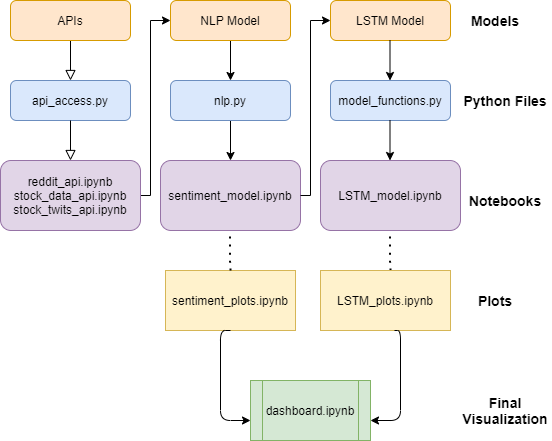
This is images/code_flowchart.png from moartheta/MemeStockSentimentAnalysis, a draw.io export, as it was before one commit. Source tidied: cells renumbered, new cells last; positions are measured from the earlier drawing's top-left corner, leaving out a move shared by most shapes.
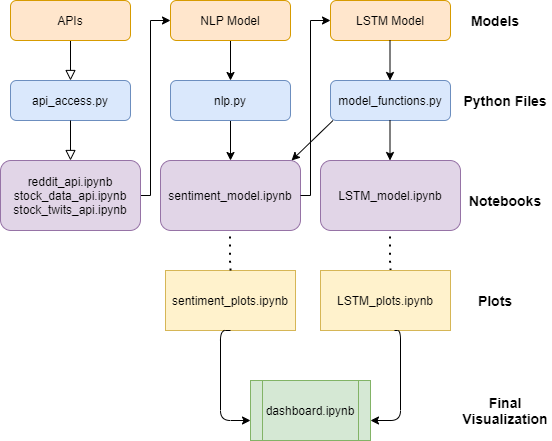
The same diagram one commit later.

Commit message:
changing it one more time!

What changed in the source:
```diff
@@ -138,5 +138,10 @@
     <mxCell id="30" value="&lt;font style=&quot;font-size: 14px&quot;&gt;&lt;b&gt;Final Visualization&lt;/b&gt;&lt;/font&gt;" style="text;html=1;strokeColor=none;fillColor=none;align=center;verticalAlign=middle;whiteSpace=wrap;rounded=0;strokeWidth=3;" parent="1" vertex="1">
       <mxGeometry x="460" y="400" width="90" height="20" as="geometry" />
     </mxCell>
+    <mxCell id="31" style="endArrow=classic;html=1;entryX=0.936;entryY=0;entryDx=0;entryDy=0;entryPerimeter=0;" parent="1" edge="1" target="12">
+      <mxGeometry relative="1" as="geometry">
+        <mxPoint x="332.5" y="120" as="sourcePoint" />
+      </mxGeometry>
+    </mxCell>
   </root>
 </mxGraphModel>
```
